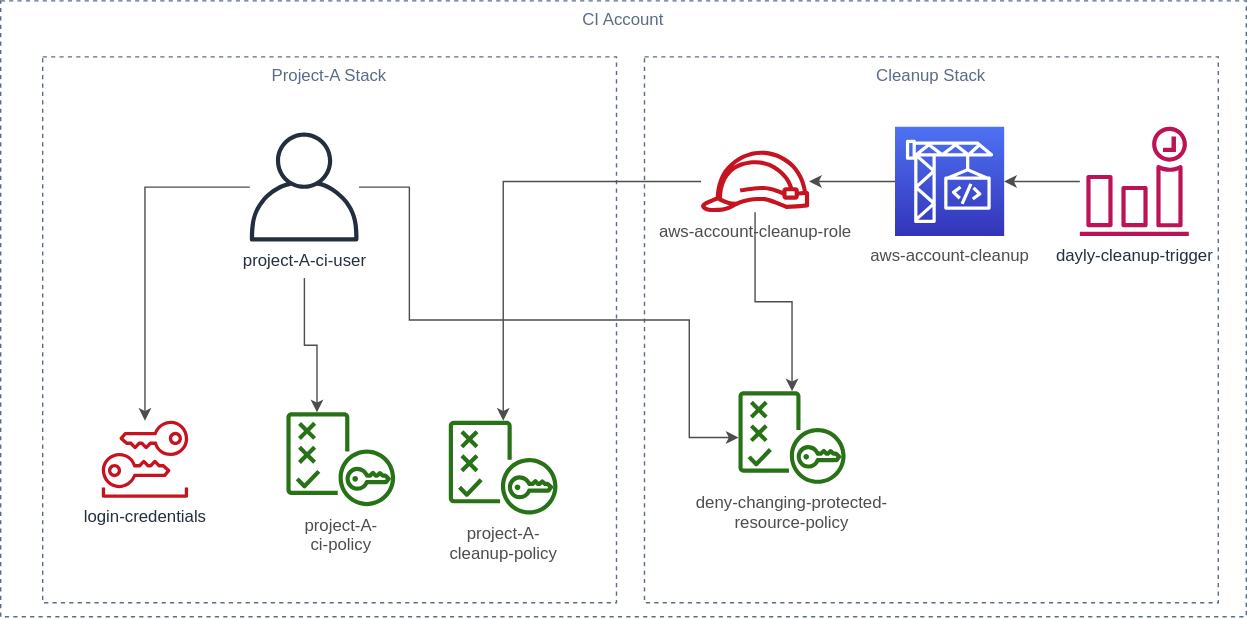
The draw.io diagram doc/diagrams/ci-isolation-aws.svg in exasol/ci-isolation-aws, before a commit. Source tidied: cells renumbered, new cells last; positions are measured from the earlier drawing's top-left corner, leaving out a move shared by most shapes.
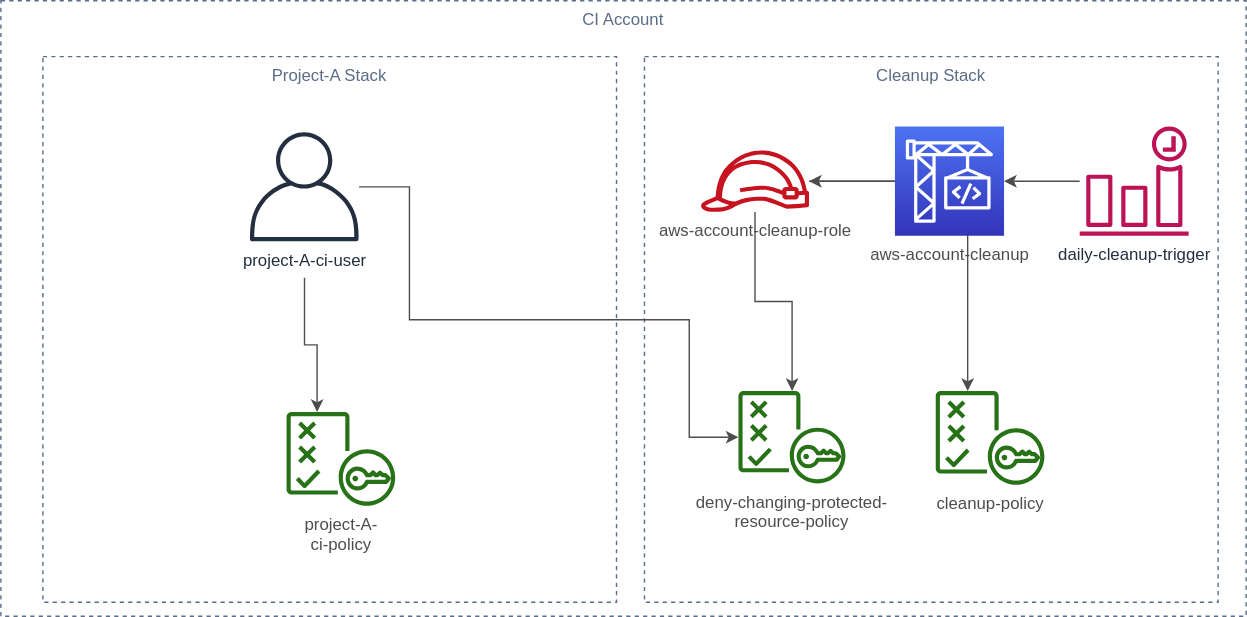
The same diagram one commit later.

The edit, as a diff of the source:
```diff
@@ -12,7 +12,11 @@
       <mxGeometry x="460" y="40" width="410" height="390" as="geometry" />
     </mxCell>
     <mxCell id="5" style="edgeStyle=orthogonalEdgeStyle;rounded=0;jettySize=auto;html=1;fontColor=#333333;fillColor=#b1ddf0;strokeColor=#4D4D4D;" parent="1" edge="1" source="7" target="11">
-      <mxGeometry relative="1" as="geometry" />
+      <mxGeometry relative="1" as="geometry">
+        <Array as="points">
+          <mxPoint x="691" y="129" />
+        </Array>
+      </mxGeometry>
     </mxCell>
     <mxCell id="6" style="edgeStyle=orthogonalEdgeStyle;rounded=0;jettySize=auto;html=1;strokeColor=#4D4D4D;fillColor=#b1ddf0;fontColor=#333333;" parent="1" edge="1" source="7" target="10">
       <mxGeometry relative="1" as="geometry" />
@@ -29,15 +33,12 @@
     <mxCell id="10" value="&lt;span&gt;deny-changing-protected-&lt;br&gt;resource-policy&lt;/span&gt;" style="outlineConnect=0;gradientColor=none;fillColor=#277116;strokeColor=none;dashed=0;verticalLabelPosition=bottom;verticalAlign=top;align=center;html=1;fontSize=12;fontStyle=0;shape=mxgraph.aws4.policy;fontColor=#4D4D4D;" parent="1" vertex="1">
       <mxGeometry x="527" y="279" width="76.8" height="66" as="geometry" />
     </mxCell>
-    <mxCell id="11" value="&lt;font color=&quot;#4d4d4d&quot;&gt;project-A-&lt;br&gt;cleanup-policy&lt;/font&gt;" style="outlineConnect=0;fontColor=#232F3E;gradientColor=none;fillColor=#277116;strokeColor=none;dashed=0;verticalLabelPosition=bottom;verticalAlign=top;align=center;html=1;fontSize=12;fontStyle=0;shape=mxgraph.aws4.policy;" parent="1" vertex="1">
-      <mxGeometry x="320" y="300" width="78" height="67" as="geometry" />
+    <mxCell id="11" value="&lt;font color=&quot;#4d4d4d&quot;&gt;cleanup-policy&lt;/font&gt;" style="outlineConnect=0;fontColor=#232F3E;gradientColor=none;fillColor=#277116;strokeColor=none;dashed=0;verticalLabelPosition=bottom;verticalAlign=top;align=center;html=1;fontSize=12;fontStyle=0;shape=mxgraph.aws4.policy;" parent="1" vertex="1">
+      <mxGeometry x="668" y="279" width="78" height="67" as="geometry" />
     </mxCell>
     <mxCell id="12" value="&lt;font color=&quot;#4d4d4d&quot;&gt;project-A-&lt;br&gt;ci-policy&lt;/font&gt;" style="outlineConnect=0;fontColor=#232F3E;gradientColor=none;fillColor=#277116;strokeColor=none;dashed=0;verticalLabelPosition=bottom;verticalAlign=top;align=center;html=1;fontSize=12;fontStyle=0;shape=mxgraph.aws4.policy;" parent="1" vertex="1">
       <mxGeometry x="204" y="294" width="78" height="67" as="geometry" />
     </mxCell>
-    <mxCell id="13" style="edgeStyle=orthogonalEdgeStyle;rounded=0;jettySize=auto;html=1;strokeColor=#4D4D4D;fillColor=#b1ddf0;fontColor=#333333;" parent="1" edge="1" source="16" target="17">
-      <mxGeometry relative="1" as="geometry" />
-    </mxCell>
     <mxCell id="14" style="edgeStyle=orthogonalEdgeStyle;rounded=0;jettySize=auto;html=1;strokeColor=#4D4D4D;fillColor=#b1ddf0;fontColor=#333333;" parent="1" edge="1" target="12">
       <mxGeometry relative="1" as="geometry">
         <mxPoint x="217" y="198" as="sourcePoint" />
@@ -60,13 +61,10 @@
     <mxCell id="16" value="project-A-ci-user" style="outlineConnect=0;fontColor=#232F3E;gradientColor=none;fillColor=#232F3E;strokeColor=none;dashed=0;verticalLabelPosition=bottom;verticalAlign=top;align=center;html=1;fontSize=12;fontStyle=0;shape=mxgraph.aws4.user;" parent="1" vertex="1">
       <mxGeometry x="178" y="94" width="78" height="78" as="geometry" />
     </mxCell>
-    <mxCell id="17" value="login-credentials&lt;br&gt;" style="outlineConnect=0;fontColor=#232F3E;gradientColor=none;fillColor=#C7131F;strokeColor=none;dashed=0;verticalLabelPosition=bottom;verticalAlign=top;align=center;html=1;fontSize=12;fontStyle=0;shape=mxgraph.aws4.long_term_security_credential;" parent="1" vertex="1">
-      <mxGeometry x="72" y="300" width="62.2" height="55" as="geometry" />
-    </mxCell>
     <mxCell id="18" style="edgeStyle=orthogonalEdgeStyle;rounded=0;jettySize=auto;html=1;strokeColor=#4D4D4D;fillColor=#b1ddf0;fontColor=#333333;" parent="1" edge="1" source="19" target="9">
       <mxGeometry relative="1" as="geometry" />
     </mxCell>
-    <mxCell id="19" value="dayly-cleanup-trigger" style="outlineConnect=0;fontColor=#232F3E;gradientColor=none;fillColor=#BC1356;strokeColor=none;dashed=0;verticalLabelPosition=bottom;verticalAlign=top;align=center;html=1;fontSize=12;fontStyle=0;shape=mxgraph.aws4.event_time_based;" parent="1" vertex="1">
+    <mxCell id="19" value="daily-cleanup-trigger" style="outlineConnect=0;fontColor=#232F3E;gradientColor=none;fillColor=#BC1356;strokeColor=none;dashed=0;verticalLabelPosition=bottom;verticalAlign=top;align=center;html=1;fontSize=12;fontStyle=0;shape=mxgraph.aws4.event_time_based;" parent="1" vertex="1">
       <mxGeometry x="771" y="90" width="78" height="78" as="geometry" />
     </mxCell>
   </root>
```
